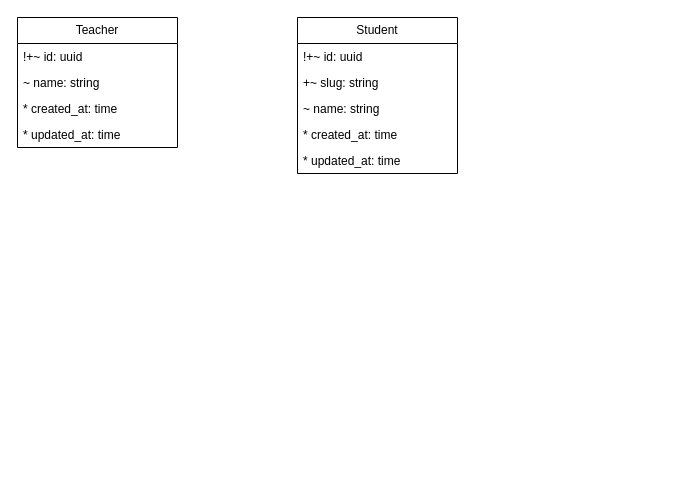
Above: page "Course" (12 of 12) of docs/entity_relationship.drawio in IrusHunter/duckademic (draw.io), before the change. Source tidied: cells renumbered, new cells numbered last; positions are measured from the earlier drawing's top-left corner, leaving out a move shared by most shapes. Both pictures are drawn from the tidied source at 100%, with x=0, y=0 at pixel (17, 17).
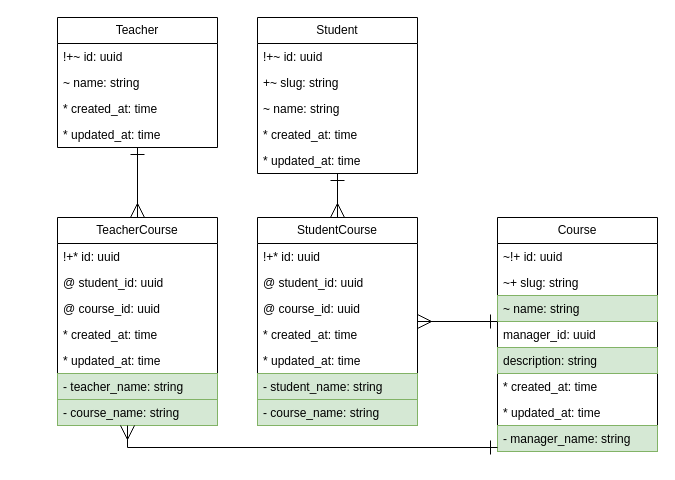
The same diagram, later.

What changed in the source:
```diff
@@
     <mxCell id="2" value="Teacher" style="swimlane;fontStyle=0;horizontal=1;startSize=26;fillColor=none;whiteSpace=wrap;html=1;" parent="1" vertex="1">
-      <mxGeometry width="160" height="130" as="geometry" />
+      <mxGeometry x="40" width="160" height="130" as="geometry" />
     </mxCell>
@@
     <mxCell id="7" value="Student" style="swimlane;fontStyle=0;horizontal=1;startSize=26;fillColor=none;whiteSpace=wrap;html=1;" parent="1" vertex="1">
-      <mxGeometry x="280" width="160" height="156" as="geometry" />
+      <mxGeometry x="240" width="160" height="156" as="geometry" />
     </mxCell>
@@
+    <mxCell id="13" value="Course" style="swimlane;fontStyle=0;horizontal=1;startSize=26;fillColor=none;whiteSpace=wrap;html=1;" parent="1" vertex="1">
+      <mxGeometry x="480" y="200" width="160" height="234" as="geometry" />
+    </mxCell>
+    <mxCell id="14" value="~!+ id: uuid" style="text;strokeColor=none;fillColor=none;align=left;verticalAlign=top;spacingLeft=4;spacingRight=4;overflow=hidden;whiteSpace=wrap;html=1;" parent="13" vertex="1">
+      <mxGeometry y="26" width="160" height="26" as="geometry" />
+    </mxCell>
+    <mxCell id="15" value="~+ slug: string" style="text;strokeColor=none;fillColor=none;align=left;verticalAlign=top;spacingLeft=4;spacingRight=4;overflow=hidden;whiteSpace=wrap;html=1;" parent="13" vertex="1">
+      <mxGeometry y="52" width="160" height="26" as="geometry" />
+    </mxCell>
+    <mxCell id="16" value="~ name: string" style="text;strokeColor=#82b366;fillColor=#d5e8d4;align=left;verticalAlign=top;spacingLeft=4;spacingRight=4;overflow=hidden;whiteSpace=wrap;html=1;" parent="13" vertex="1">
+      <mxGeometry y="78" width="160" height="26" as="geometry" />
+    </mxCell>
+    <mxCell id="17" value="manager_id: uuid" style="text;align=left;verticalAlign=top;spacingLeft=4;spacingRight=4;overflow=hidden;whiteSpace=wrap;html=1;" parent="13" vertex="1">
+      <mxGeometry y="104" width="160" height="26" as="geometry" />
+    </mxCell>
+    <mxCell id="18" value="description: string" style="text;strokeColor=#82b366;fillColor=#d5e8d4;align=left;verticalAlign=top;spacingLeft=4;spacingRight=4;overflow=hidden;whiteSpace=wrap;html=1;" parent="13" vertex="1">
+      <mxGeometry y="130" width="160" height="26" as="geometry" />
+    </mxCell>
+    <mxCell id="19" value="* created_at: time" style="text;strokeColor=none;fillColor=none;align=left;verticalAlign=top;spacingLeft=4;spacingRight=4;overflow=hidden;whiteSpace=wrap;html=1;" parent="13" vertex="1">
+      <mxGeometry y="156" width="160" height="26" as="geometry" />
+    </mxCell>
+    <mxCell id="20" value="* updated_at: time" style="text;strokeColor=none;fillColor=none;align=left;verticalAlign=top;spacingLeft=4;spacingRight=4;overflow=hidden;whiteSpace=wrap;html=1;" parent="13" vertex="1">
+      <mxGeometry y="182" width="160" height="26" as="geometry" />
+    </mxCell>
+    <mxCell id="21" value="- manager_name: string" style="text;strokeColor=#82b366;fillColor=#d5e8d4;align=left;verticalAlign=top;spacingLeft=4;spacingRight=4;overflow=hidden;whiteSpace=wrap;html=1;" parent="13" vertex="1">
+      <mxGeometry y="208" width="160" height="26" as="geometry" />
+    </mxCell>
+    <mxCell id="22" value="StudentCourse" style="swimlane;fontStyle=0;horizontal=1;startSize=26;fillColor=none;whiteSpace=wrap;html=1;" parent="1" vertex="1">
+      <mxGeometry x="240" y="200" width="160" height="208" as="geometry" />
+    </mxCell>
+    <mxCell id="23" value="!+* id: uuid" style="text;strokeColor=none;fillColor=none;align=left;verticalAlign=top;spacingLeft=4;spacingRight=4;overflow=hidden;whiteSpace=wrap;html=1;" parent="22" vertex="1">
+      <mxGeometry y="26" width="160" height="26" as="geometry" />
+    </mxCell>
+    <mxCell id="24" value="@ student_id: uuid" style="text;strokeColor=none;fillColor=none;align=left;verticalAlign=top;spacingLeft=4;spacingRight=4;overflow=hidden;whiteSpace=wrap;html=1;" parent="22" vertex="1">
+      <mxGeometry y="52" width="160" height="26" as="geometry" />
+    </mxCell>
+    <mxCell id="25" value="@ course_id: uuid" style="text;strokeColor=none;fillColor=none;align=left;verticalAlign=top;spacingLeft=4;spacingRight=4;overflow=hidden;whiteSpace=wrap;html=1;" parent="22" vertex="1">
+      <mxGeometry y="78" width="160" height="26" as="geometry" />
+    </mxCell>
+    <mxCell id="26" value="* created_at: time" style="text;strokeColor=none;fillColor=none;align=left;verticalAlign=top;spacingLeft=4;spacingRight=4;overflow=hidden;whiteSpace=wrap;html=1;" parent="22" vertex="1">
+      <mxGeometry y="104" width="160" height="26" as="geometry" />
+    </mxCell>
+    <mxCell id="27" value="* updated_at: time" style="text;strokeColor=none;fillColor=none;align=left;verticalAlign=top;spacingLeft=4;spacingRight=4;overflow=hidden;whiteSpace=wrap;html=1;" parent="22" vertex="1">
+      <mxGeometry y="130" width="160" height="26" as="geometry" />
+    </mxCell>
+    <mxCell id="28" value="- student_name: string" style="text;strokeColor=#82b366;fillColor=#d5e8d4;align=left;verticalAlign=top;spacingLeft=4;spacingRight=4;overflow=hidden;whiteSpace=wrap;html=1;" parent="22" vertex="1">
+      <mxGeometry y="156" width="160" height="26" as="geometry" />
+    </mxCell>
+    <mxCell id="29" value="- course_name: string" style="text;strokeColor=#82b366;fillColor=#d5e8d4;align=left;verticalAlign=top;spacingLeft=4;spacingRight=4;overflow=hidden;whiteSpace=wrap;html=1;" parent="22" vertex="1">
+      <mxGeometry y="182" width="160" height="26" as="geometry" />
+    </mxCell>
+    <mxCell id="30" value="TeacherCourse" style="swimlane;fontStyle=0;horizontal=1;startSize=26;fillColor=none;whiteSpace=wrap;html=1;" parent="1" vertex="1">
+      <mxGeometry x="40" y="200" width="160" height="208" as="geometry" />
+    </mxCell>
+    <mxCell id="31" value="!+* id: uuid" style="text;strokeColor=none;fillColor=none;align=left;verticalAlign=top;spacingLeft=4;spacingRight=4;overflow=hidden;whiteSpace=wrap;html=1;" parent="30" vertex="1">
+      <mxGeometry y="26" width="160" height="26" as="geometry" />
+    </mxCell>
+    <mxCell id="32" value="@ student_id: uuid" style="text;strokeColor=none;fillColor=none;align=left;verticalAlign=top;spacingLeft=4;spacingRight=4;overflow=hidden;whiteSpace=wrap;html=1;" parent="30" vertex="1">
+      <mxGeometry y="52" width="160" height="26" as="geometry" />
+    </mxCell>
+    <mxCell id="33" value="@ course_id: uuid" style="text;strokeColor=none;fillColor=none;align=left;verticalAlign=top;spacingLeft=4;spacingRight=4;overflow=hidden;whiteSpace=wrap;html=1;" parent="30" vertex="1">
+      <mxGeometry y="78" width="160" height="26" as="geometry" />
+    </mxCell>
+    <mxCell id="34" value="* created_at: time" style="text;strokeColor=none;fillColor=none;align=left;verticalAlign=top;spacingLeft=4;spacingRight=4;overflow=hidden;whiteSpace=wrap;html=1;" parent="30" vertex="1">
+      <mxGeometry y="104" width="160" height="26" as="geometry" />
+    </mxCell>
+    <mxCell id="35" value="* updated_at: time" style="text;strokeColor=none;fillColor=none;align=left;verticalAlign=top;spacingLeft=4;spacingRight=4;overflow=hidden;whiteSpace=wrap;html=1;" parent="30" vertex="1">
+      <mxGeometry y="130" width="160" height="26" as="geometry" />
+    </mxCell>
+    <mxCell id="36" value="- teacher_name: string" style="text;strokeColor=#82b366;fillColor=#d5e8d4;align=left;verticalAlign=top;spacingLeft=4;spacingRight=4;overflow=hidden;whiteSpace=wrap;html=1;" parent="30" vertex="1">
+      <mxGeometry y="156" width="160" height="26" as="geometry" />
+    </mxCell>
+    <mxCell id="37" value="- course_name: string" style="text;strokeColor=#82b366;fillColor=#d5e8d4;align=left;verticalAlign=top;spacingLeft=4;spacingRight=4;overflow=hidden;whiteSpace=wrap;html=1;" parent="30" vertex="1">
+      <mxGeometry y="182" width="160" height="26" as="geometry" />
+    </mxCell>
+    <mxCell id="38" style="edgeStyle=orthogonalEdgeStyle;html=1;startArrow=ERone;startFill=0;endArrow=ERmany;endFill=0;endSize=12;startSize=12;strokeWidth=1;rounded=0;curved=0;jumpStyle=line;" parent="1" edge="1" source="13" target="22">
+      <mxGeometry relative="1" as="geometry">
+        <Array as="points">
+          <mxPoint x="460" y="304" />
+          <mxPoint x="460" y="304" />
+        </Array>
+      </mxGeometry>
+    </mxCell>
+    <mxCell id="39" style="edgeStyle=orthogonalEdgeStyle;html=1;startArrow=ERone;startFill=0;endArrow=ERmany;endFill=0;endSize=12;startSize=12;strokeWidth=1;rounded=0;curved=0;jumpStyle=line;" parent="1" edge="1" source="7" target="22">
+      <mxGeometry relative="1" as="geometry" />
+    </mxCell>
+    <mxCell id="40" style="edgeStyle=orthogonalEdgeStyle;html=1;startArrow=ERone;startFill=0;endArrow=ERmany;endFill=0;endSize=12;startSize=12;strokeWidth=1;rounded=0;curved=0;jumpStyle=line;" parent="1" edge="1" source="2" target="30">
+      <mxGeometry relative="1" as="geometry" />
+    </mxCell>
+    <mxCell id="41" style="edgeStyle=orthogonalEdgeStyle;html=1;startArrow=ERone;startFill=0;endArrow=ERmany;endFill=0;endSize=12;startSize=12;strokeWidth=1;rounded=0;curved=0;jumpStyle=line;" parent="1" edge="1" source="13" target="30">
+      <mxGeometry relative="1" as="geometry">
+        <Array as="points">
+          <mxPoint x="110" y="430" />
+        </Array>
+      </mxGeometry>
+    </mxCell>
```
